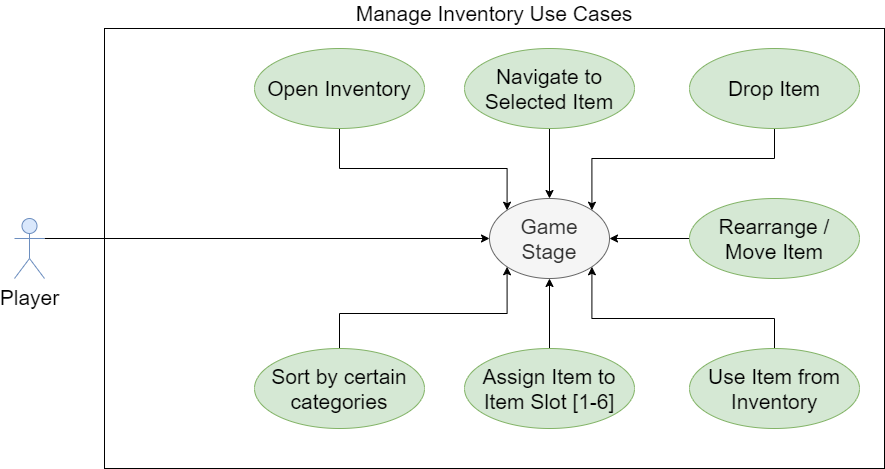
Before: docs/images/manage_inventory_use_cases.png, a diagram exported from draw.io (gaudeon/interstice_fall_of_atlas). Source tidied: cells renumbered, new cells last; positions are measured from the earlier drawing's top-left corner, leaving out a move shared by most shapes. The source it was exported from:
```xml
<mxGraphModel>
  <root>
    <mxCell id="0" />
    <mxCell id="1" parent="0" />
    <mxCell id="2" value="Manage Inventory Use Cases" style="rounded=0;whiteSpace=wrap;html=1;labelPosition=center;verticalLabelPosition=top;align=center;verticalAlign=bottom;fontSize=21;" parent="1" vertex="1">
      <mxGeometry x="90" width="780" height="440" as="geometry" />
    </mxCell>
    <mxCell id="3" style="edgeStyle=orthogonalEdgeStyle;rounded=0;jettySize=auto;html=1;exitX=1;exitY=0.3333333333333333;exitDx=0;exitDy=0;exitPerimeter=0;entryX=0;entryY=0.5;entryDx=0;entryDy=0;fontSize=21;" parent="1" edge="1" source="4" target="5">
      <mxGeometry relative="1" as="geometry" />
    </mxCell>
    <mxCell id="4" value="Player" style="shape=umlActor;verticalLabelPosition=bottom;verticalAlign=top;html=1;fontSize=21;fillColor=#dae8fc;strokeColor=#6c8ebf;" parent="1" vertex="1">
      <mxGeometry y="190" width="30" height="60" as="geometry" />
    </mxCell>
    <mxCell id="5" value="Game&lt;br&gt;Stage" style="ellipse;whiteSpace=wrap;html=1;fontSize=21;fillColor=#f5f5f5;strokeColor=#666666;fontColor=#333333;" parent="1" vertex="1">
      <mxGeometry x="475" y="170" width="120" height="80" as="geometry" />
    </mxCell>
    <mxCell id="6" style="edgeStyle=orthogonalEdgeStyle;rounded=0;jettySize=auto;html=1;exitX=0.5;exitY=1;exitDx=0;exitDy=0;entryX=0.5;entryY=0;entryDx=0;entryDy=0;fontSize=21;" parent="1" edge="1" source="7" target="5">
      <mxGeometry relative="1" as="geometry" />
    </mxCell>
    <mxCell id="7" value="Navigate to&lt;br&gt;Selected Item" style="ellipse;whiteSpace=wrap;html=1;fontSize=21;fillColor=#d5e8d4;strokeColor=#82b366;" parent="1" vertex="1">
      <mxGeometry x="450" y="20" width="170" height="80" as="geometry" />
    </mxCell>
    <mxCell id="8" style="edgeStyle=orthogonalEdgeStyle;rounded=0;jettySize=auto;html=1;exitX=0.5;exitY=0;exitDx=0;exitDy=0;entryX=1;entryY=1;entryDx=0;entryDy=0;fontSize=21;" parent="1" edge="1" source="9" target="5">
      <mxGeometry relative="1" as="geometry">
        <Array as="points">
          <mxPoint x="760" y="290" />
          <mxPoint x="577" y="290" />
        </Array>
      </mxGeometry>
    </mxCell>
    <mxCell id="9" value="Use Item from Inventory" style="ellipse;whiteSpace=wrap;html=1;fontSize=21;fillColor=#d5e8d4;strokeColor=#82b366;" parent="1" vertex="1">
      <mxGeometry x="675" y="320" width="170" height="80" as="geometry" />
    </mxCell>
    <mxCell id="10" style="edgeStyle=orthogonalEdgeStyle;rounded=0;jettySize=auto;html=1;exitX=0.5;exitY=1;exitDx=0;exitDy=0;entryX=1;entryY=0;entryDx=0;entryDy=0;fontSize=21;" parent="1" edge="1" source="11" target="5">
      <mxGeometry relative="1" as="geometry">
        <Array as="points">
          <mxPoint x="760" y="130" />
          <mxPoint x="577" y="130" />
        </Array>
      </mxGeometry>
    </mxCell>
    <mxCell id="11" value="Drop Item" style="ellipse;whiteSpace=wrap;html=1;fontSize=21;fillColor=#d5e8d4;strokeColor=#82b366;" parent="1" vertex="1">
      <mxGeometry x="675" y="20" width="170" height="80" as="geometry" />
    </mxCell>
    <mxCell id="12" style="edgeStyle=orthogonalEdgeStyle;rounded=0;jettySize=auto;html=1;exitX=0.5;exitY=0;exitDx=0;exitDy=0;entryX=0.5;entryY=1;entryDx=0;entryDy=0;fontSize=21;" parent="1" edge="1" source="13" target="5">
      <mxGeometry relative="1" as="geometry" />
    </mxCell>
    <mxCell id="13" value="Assign Item to Item Slot [1-6]" style="ellipse;whiteSpace=wrap;html=1;fontSize=21;fillColor=#d5e8d4;strokeColor=#82b366;" parent="1" vertex="1">
      <mxGeometry x="450" y="320" width="170" height="80" as="geometry" />
    </mxCell>
    <mxCell id="14" style="edgeStyle=orthogonalEdgeStyle;rounded=0;jettySize=auto;html=1;exitX=0;exitY=0.5;exitDx=0;exitDy=0;fontSize=21;entryX=1;entryY=0.5;entryDx=0;entryDy=0;" parent="1" edge="1" source="15" target="5">
      <mxGeometry relative="1" as="geometry" />
    </mxCell>
    <mxCell id="15" value="Rearrange / Move Item" style="ellipse;whiteSpace=wrap;html=1;fontSize=21;fillColor=#d5e8d4;strokeColor=#82b366;" parent="1" vertex="1">
      <mxGeometry x="675" y="170" width="170" height="80" as="geometry" />
    </mxCell>
    <mxCell id="16" style="edgeStyle=orthogonalEdgeStyle;rounded=0;jettySize=auto;html=1;exitX=0.5;exitY=1;exitDx=0;exitDy=0;entryX=0;entryY=0;entryDx=0;entryDy=0;fontSize=21;" parent="1" edge="1" source="17" target="5">
      <mxGeometry relative="1" as="geometry">
        <Array as="points">
          <mxPoint x="325" y="140" />
          <mxPoint x="493" y="140" />
        </Array>
      </mxGeometry>
    </mxCell>
    <mxCell id="17" value="Open Inventory" style="ellipse;whiteSpace=wrap;html=1;fontSize=21;fillColor=#d5e8d4;strokeColor=#82b366;" parent="1" vertex="1">
      <mxGeometry x="240" y="20" width="170" height="80" as="geometry" />
    </mxCell>
    <mxCell id="18" style="edgeStyle=orthogonalEdgeStyle;rounded=0;jettySize=auto;html=1;exitX=0.5;exitY=0;exitDx=0;exitDy=0;entryX=0;entryY=1;entryDx=0;entryDy=0;fontSize=21;" parent="1" edge="1" source="19" target="5">
      <mxGeometry relative="1" as="geometry" />
    </mxCell>
    <mxCell id="19" value="Sort by certain categories" style="ellipse;whiteSpace=wrap;html=1;fontSize=21;fillColor=#d5e8d4;strokeColor=#82b366;" parent="1" vertex="1">
      <mxGeometry x="240" y="320" width="170" height="80" as="geometry" />
    </mxCell>
  </root>
</mxGraphModel>
```
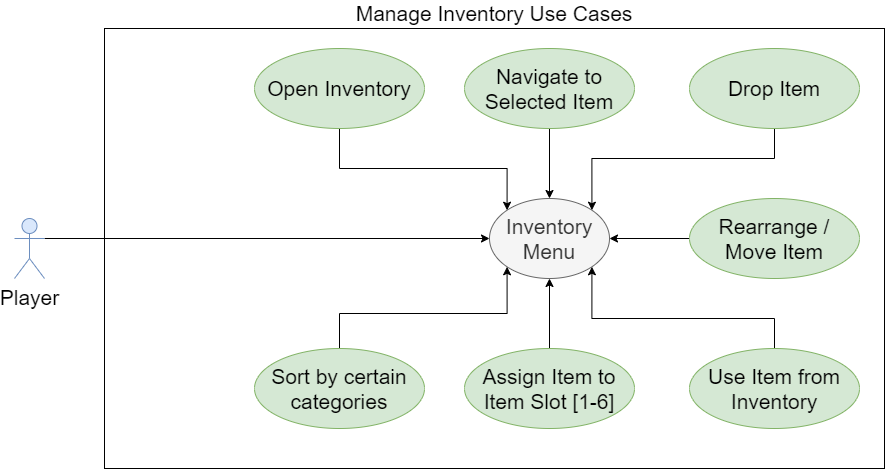
The same diagram one commit later.

Commit message:
fixed error on manage inventory use cases, added craft gear use cases

Diff of the diagram source:
```diff
@@ -11,7 +11,7 @@
     <mxCell id="4" value="Player" style="shape=umlActor;verticalLabelPosition=bottom;verticalAlign=top;html=1;fontSize=21;fillColor=#dae8fc;strokeColor=#6c8ebf;" parent="1" vertex="1">
       <mxGeometry y="190" width="30" height="60" as="geometry" />
     </mxCell>
-    <mxCell id="5" value="Game&lt;br&gt;Stage" style="ellipse;whiteSpace=wrap;html=1;fontSize=21;fillColor=#f5f5f5;strokeColor=#666666;fontColor=#333333;" parent="1" vertex="1">
+    <mxCell id="5" value="Inventory&lt;br&gt;Menu" style="ellipse;whiteSpace=wrap;html=1;fontSize=21;fillColor=#f5f5f5;strokeColor=#666666;fontColor=#333333;" parent="1" vertex="1">
       <mxGeometry x="475" y="170" width="120" height="80" as="geometry" />
     </mxCell>
     <mxCell id="6" style="edgeStyle=orthogonalEdgeStyle;rounded=0;jettySize=auto;html=1;exitX=0.5;exitY=1;exitDx=0;exitDy=0;entryX=0.5;entryY=0;entryDx=0;entryDy=0;fontSize=21;" parent="1" edge="1" source="7" target="5">
```
